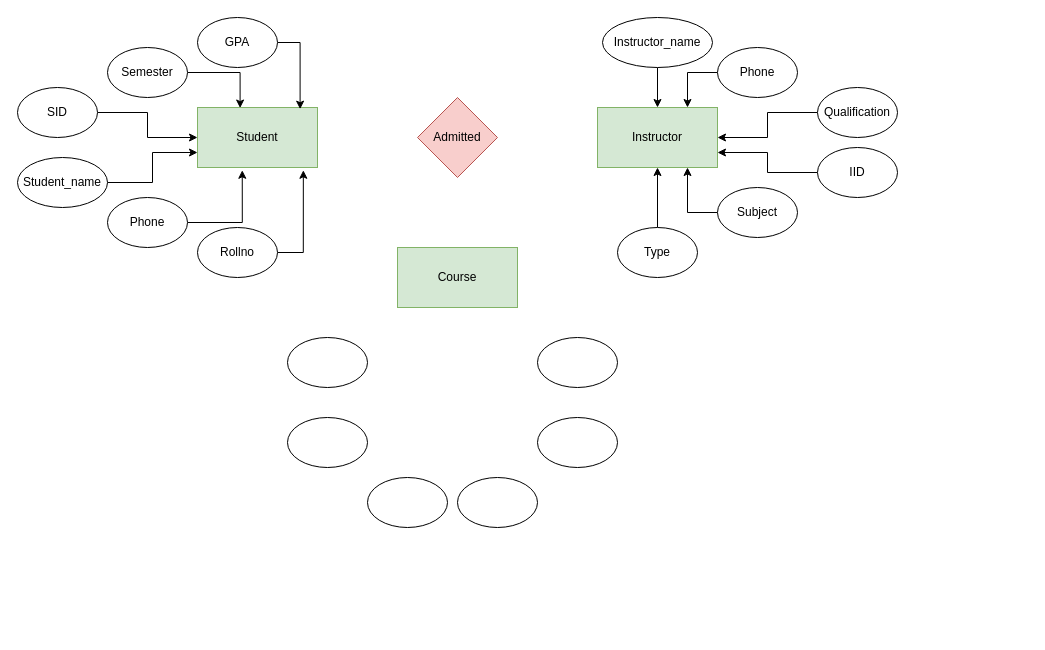
Above: database.drawio in sujalthakuri/h (draw.io), before the change. Source tidied: cells renumbered, new cells numbered last; positions are measured from the earlier drawing's top-left corner, leaving out a move shared by most shapes. Both pictures are drawn from the tidied source at 100%, with x=0, y=0 at pixel (17, 17).
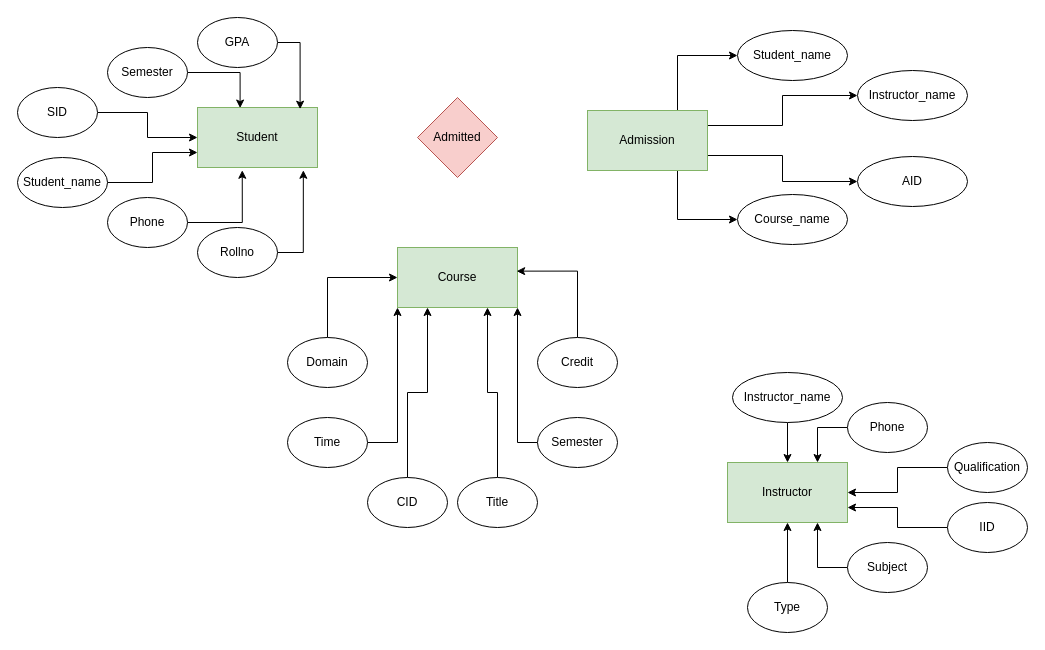
Above is the later version.

The change refers to these unchanged cells:
```xml
<mxCell id="29" value="Course" style="rounded=0;whiteSpace=wrap;html=1;fillColor=#d5e8d4;strokeColor=#82b366;" parent="1" vertex="1">
  <mxGeometry x="380" y="230" width="120" height="60" as="geometry" />
</mxCell>
```

Diff of the diagram source:
```diff
@@
     <mxCell id="16" value="Instructor" style="rounded=0;whiteSpace=wrap;html=1;fillColor=#d5e8d4;strokeColor=#82b366;" parent="1" vertex="1">
-      <mxGeometry x="580" y="90" width="120" height="60" as="geometry" />
+      <mxGeometry x="710" y="445" width="120" height="60" as="geometry" />
     </mxCell>
@@
     <mxCell id="18" value="Instructor_name" style="ellipse;whiteSpace=wrap;html=1;" parent="1" vertex="1">
-      <mxGeometry x="585" width="110" height="50" as="geometry" />
+      <mxGeometry x="715" y="355" width="110" height="50" as="geometry" />
     </mxCell>
@@
     <mxCell id="20" value="IID" style="ellipse;whiteSpace=wrap;html=1;" parent="1" vertex="1">
-      <mxGeometry x="800" y="130" width="80" height="50" as="geometry" />
+      <mxGeometry x="930" y="485" width="80" height="50" as="geometry" />
     </mxCell>
@@
     <mxCell id="22" value="Qualification" style="ellipse;whiteSpace=wrap;html=1;" parent="1" vertex="1">
-      <mxGeometry x="800" y="70" width="80" height="50" as="geometry" />
+      <mxGeometry x="930" y="425" width="80" height="50" as="geometry" />
     </mxCell>
@@
     <mxCell id="24" value="Phone" style="ellipse;whiteSpace=wrap;html=1;" parent="1" vertex="1">
-      <mxGeometry x="700" y="30" width="80" height="50" as="geometry" />
+      <mxGeometry x="830" y="385" width="80" height="50" as="geometry" />
     </mxCell>
@@
     <mxCell id="26" value="Subject" style="ellipse;whiteSpace=wrap;html=1;" parent="1" vertex="1">
-      <mxGeometry x="700" y="170" width="80" height="50" as="geometry" />
+      <mxGeometry x="830" y="525" width="80" height="50" as="geometry" />
     </mxCell>
@@
     <mxCell id="28" value="Type" style="ellipse;whiteSpace=wrap;html=1;" parent="1" vertex="1">
-      <mxGeometry x="600" y="210" width="80" height="50" as="geometry" />
+      <mxGeometry x="730" y="565" width="80" height="50" as="geometry" />
     </mxCell>
@@
+    <mxCell id="36" style="edgeStyle=orthogonalEdgeStyle;rounded=0;jettySize=auto;html=1;exitX=0.5;exitY=0;exitDx=0;exitDy=0;entryX=0.25;entryY=1;entryDx=0;entryDy=0;" parent="1" edge="1" source="30" target="29">
+      <mxGeometry relative="1" as="geometry" />
+    </mxCell>
-    <mxCell id="30" style="ellipse;whiteSpace=wrap;html=1;" parent="1" vertex="1">
+    <mxCell id="30" value="CID" style="ellipse;whiteSpace=wrap;html=1;" parent="1" vertex="1">
       <mxGeometry x="350" y="460" width="80" height="50" as="geometry" />
     </mxCell>
+    <mxCell id="37" style="edgeStyle=orthogonalEdgeStyle;rounded=0;jettySize=auto;html=1;exitX=0.5;exitY=0;exitDx=0;exitDy=0;entryX=0;entryY=0.5;entryDx=0;entryDy=0;" parent="1" edge="1" source="31" target="29">
+      <mxGeometry relative="1" as="geometry" />
+    </mxCell>
-    <mxCell id="31" style="ellipse;whiteSpace=wrap;html=1;" parent="1" vertex="1">
+    <mxCell id="31" value="Domain" style="ellipse;whiteSpace=wrap;html=1;" parent="1" vertex="1">
       <mxGeometry x="270" y="320" width="80" height="50" as="geometry" />
     </mxCell>
+    <mxCell id="38" style="edgeStyle=orthogonalEdgeStyle;rounded=0;jettySize=auto;html=1;exitX=1;exitY=0.5;exitDx=0;exitDy=0;entryX=0;entryY=1;entryDx=0;entryDy=0;" parent="1" edge="1" source="32" target="29">
+      <mxGeometry relative="1" as="geometry" />
+    </mxCell>
-    <mxCell id="32" style="ellipse;whiteSpace=wrap;html=1;" parent="1" vertex="1">
+    <mxCell id="32" value="Time" style="ellipse;whiteSpace=wrap;html=1;" parent="1" vertex="1">
       <mxGeometry x="270" y="400" width="80" height="50" as="geometry" />
     </mxCell>
+    <mxCell id="39" style="edgeStyle=orthogonalEdgeStyle;rounded=0;jettySize=auto;html=1;exitX=0;exitY=0.5;exitDx=0;exitDy=0;entryX=1;entryY=1;entryDx=0;entryDy=0;" parent="1" edge="1" source="33" target="29">
+      <mxGeometry relative="1" as="geometry" />
+    </mxCell>
-    <mxCell id="33" style="ellipse;whiteSpace=wrap;html=1;" parent="1" vertex="1">
+    <mxCell id="33" value="Semester" style="ellipse;whiteSpace=wrap;html=1;" parent="1" vertex="1">
       <mxGeometry x="520" y="400" width="80" height="50" as="geometry" />
     </mxCell>
+    <mxCell id="40" style="edgeStyle=orthogonalEdgeStyle;rounded=0;jettySize=auto;html=1;exitX=0.5;exitY=0;exitDx=0;exitDy=0;entryX=0.75;entryY=1;entryDx=0;entryDy=0;" parent="1" edge="1" source="34" target="29">
+      <mxGeometry relative="1" as="geometry" />
+    </mxCell>
-    <mxCell id="34" style="ellipse;whiteSpace=wrap;html=1;" parent="1" vertex="1">
+    <mxCell id="34" value="Title" style="ellipse;whiteSpace=wrap;html=1;" parent="1" vertex="1">
       <mxGeometry x="440" y="460" width="80" height="50" as="geometry" />
     </mxCell>
+    <mxCell id="41" style="edgeStyle=orthogonalEdgeStyle;rounded=0;jettySize=auto;html=1;exitX=0.5;exitY=0;exitDx=0;exitDy=0;entryX=0.993;entryY=0.394;entryDx=0;entryDy=0;entryPerimeter=0;" parent="1" edge="1" source="35" target="29">
+      <mxGeometry relative="1" as="geometry" />
+    </mxCell>
-    <mxCell id="35" style="ellipse;whiteSpace=wrap;html=1;" parent="1" vertex="1">
+    <mxCell id="35" value="Credit" style="ellipse;whiteSpace=wrap;html=1;" parent="1" vertex="1">
       <mxGeometry x="520" y="320" width="80" height="50" as="geometry" />
     </mxCell>
+    <mxCell id="42" style="edgeStyle=orthogonalEdgeStyle;rounded=0;jettySize=auto;html=1;exitX=0.75;exitY=0;exitDx=0;exitDy=0;entryX=0;entryY=0.5;entryDx=0;entryDy=0;" parent="1" edge="1" source="46" target="49">
+      <mxGeometry relative="1" as="geometry" />
+    </mxCell>
+    <mxCell id="43" style="edgeStyle=orthogonalEdgeStyle;rounded=0;jettySize=auto;html=1;exitX=1;exitY=0.25;exitDx=0;exitDy=0;entryX=0;entryY=0.5;entryDx=0;entryDy=0;" parent="1" edge="1" source="46" target="48">
+      <mxGeometry relative="1" as="geometry" />
+    </mxCell>
+    <mxCell id="44" style="edgeStyle=orthogonalEdgeStyle;rounded=0;jettySize=auto;html=1;exitX=1;exitY=0.75;exitDx=0;exitDy=0;entryX=0;entryY=0.5;entryDx=0;entryDy=0;" parent="1" edge="1" source="46" target="47">
+      <mxGeometry relative="1" as="geometry" />
+    </mxCell>
+    <mxCell id="45" style="edgeStyle=orthogonalEdgeStyle;rounded=0;jettySize=auto;html=1;exitX=0.75;exitY=1;exitDx=0;exitDy=0;entryX=0;entryY=0.5;entryDx=0;entryDy=0;" parent="1" edge="1" source="46" target="50">
+      <mxGeometry relative="1" as="geometry" />
+    </mxCell>
+    <mxCell id="46" value="Admission" style="rounded=0;whiteSpace=wrap;html=1;fillColor=#d5e8d4;strokeColor=#82b366;" parent="1" vertex="1">
+      <mxGeometry x="570" y="93" width="120" height="60" as="geometry" />
+    </mxCell>
+    <mxCell id="47" value="AID" style="ellipse;whiteSpace=wrap;html=1;" parent="1" vertex="1">
+      <mxGeometry x="840" y="139" width="110" height="50" as="geometry" />
+    </mxCell>
+    <mxCell id="48" value="Instructor_name" style="ellipse;whiteSpace=wrap;html=1;" parent="1" vertex="1">
+      <mxGeometry x="840" y="53" width="110" height="50" as="geometry" />
+    </mxCell>
+    <mxCell id="49" value="Student_name" style="ellipse;whiteSpace=wrap;html=1;" parent="1" vertex="1">
+      <mxGeometry x="720" y="13" width="110" height="50" as="geometry" />
+    </mxCell>
+    <mxCell id="50" value="Course_name" style="ellipse;whiteSpace=wrap;html=1;" parent="1" vertex="1">
+      <mxGeometry x="720" y="177" width="110" height="50" as="geometry" />
+    </mxCell>
```
